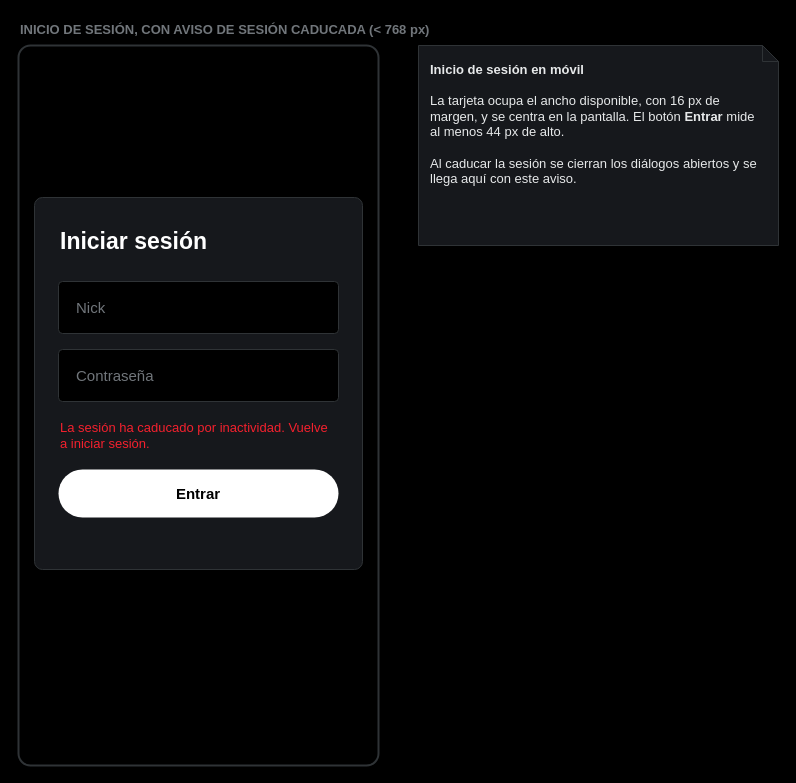
The draw.io diagram page "Inicio de sesión (móvil)" (2 of 2) of Documentation/UI/[Diseño] Cliso.UI - Login.drawio in Aaron-B-D/Cliso, before the edit. Source tidied: cells renumbered, new cells numbered last; positions are measured from the earlier drawing's top-left corner, leaving out a move shared by most shapes. Both pictures are drawn from the tidied source at 100%, with x=0, y=0 at pixel (18, 17).
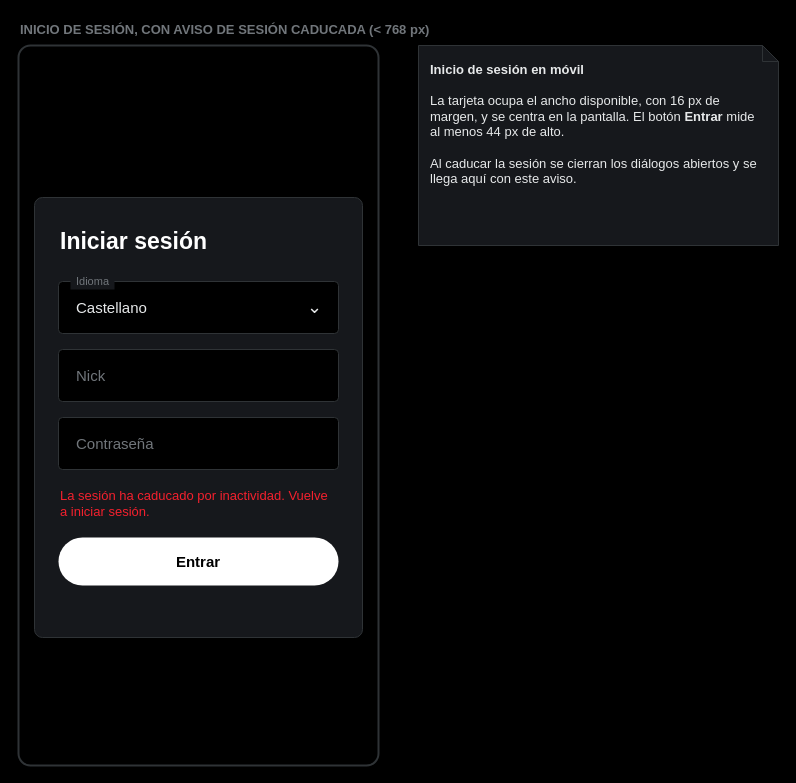
The same page after the edit.

Diff of the diagram source:
```diff
@@
 <mxGraphModel background="#000000">
   <root>
     <mxCell id="0" />
     <mxCell id="1" parent="0" />
     <mxCell id="2" value="INICIO DE SESIÓN, CON AVISO DE SESIÓN CADUCADA (&lt; 768 px)" style="text;html=1;align=left;verticalAlign=middle;fontSize=13;fontStyle=1;fontColor=#71767B;" parent="1" vertex="1">
       <mxGeometry width="520" height="24" as="geometry" />
     </mxCell>
     <mxCell id="3" style="rounded=1;arcSize=24;absoluteArcSize=1;whiteSpace=wrap;html=1;fillColor=#000000;strokeColor=#2F3336;strokeWidth=2;" parent="1" vertex="1">
       <mxGeometry y="28" width="360" height="720" as="geometry" />
     </mxCell>
     <mxCell id="4" style="rounded=1;arcSize=16;absoluteArcSize=1;whiteSpace=wrap;html=1;fillColor=#16181C;strokeColor=#2F3336;" parent="1" vertex="1">
-      <mxGeometry x="16" y="180" width="328" height="372" as="geometry" />
+      <mxGeometry x="16" y="180" width="328" height="440" as="geometry" />
     </mxCell>
     <mxCell id="5" value="Iniciar sesión" style="text;html=1;align=left;verticalAlign=middle;fontSize=23;fontStyle=1;fontColor=#FFFFFF;" parent="1" vertex="1">
       <mxGeometry x="40" y="204" width="280" height="40" as="geometry" />
     </mxCell>
+    <mxCell id="11" value="Castellano" style="rounded=1;arcSize=8;absoluteArcSize=1;whiteSpace=wrap;html=1;fillColor=#000000;strokeColor=#2F3336;align=left;spacingLeft=16;fontSize=15;fontColor=#E7E9EA;" parent="1" vertex="1">
+      <mxGeometry x="40" y="264" width="280" height="52" as="geometry" />
+    </mxCell>
+    <mxCell id="12" value="Idioma" style="text;html=1;align=center;verticalAlign=middle;fontSize=11;fontColor=#71767B;fillColor=#16181C;" parent="1" vertex="1">
+      <mxGeometry x="52" y="256" width="44" height="16" as="geometry" />
+    </mxCell>
+    <mxCell id="13" value="⌄" style="text;html=1;align=center;verticalAlign=middle;fontSize=18;fontColor=#E7E9EA;" parent="1" vertex="1">
+      <mxGeometry x="284" y="274" width="24" height="32" as="geometry" />
+    </mxCell>
     <mxCell id="6" value="Nick" style="rounded=1;arcSize=8;absoluteArcSize=1;whiteSpace=wrap;html=1;fillColor=#000000;strokeColor=#2F3336;align=left;spacingLeft=16;fontSize=15;fontColor=#71767B;" parent="1" vertex="1">
-      <mxGeometry x="40" y="264" width="280" height="52" as="geometry" />
+      <mxGeometry x="40" y="332" width="280" height="52" as="geometry" />
     </mxCell>
     <mxCell id="7" value="Contraseña" style="rounded=1;arcSize=8;absoluteArcSize=1;whiteSpace=wrap;html=1;fillColor=#000000;strokeColor=#2F3336;align=left;spacingLeft=16;fontSize=15;fontColor=#71767B;" parent="1" vertex="1">
-      <mxGeometry x="40" y="332" width="280" height="52" as="geometry" />
+      <mxGeometry x="40" y="400" width="280" height="52" as="geometry" />
     </mxCell>
     <mxCell id="8" value="La sesión ha caducado por inactividad. Vuelve a iniciar sesión." style="text;html=1;align=left;verticalAlign=top;whiteSpace=wrap;fontSize=13;fontColor=#F4212E;" parent="1" vertex="1">
-      <mxGeometry x="40" y="396" width="280" height="40" as="geometry" />
+      <mxGeometry x="40" y="464" width="280" height="40" as="geometry" />
     </mxCell>
     <mxCell id="9" value="Entrar" style="rounded=1;arcSize=50;whiteSpace=wrap;html=1;fillColor=#FFFFFF;strokeColor=none;fontSize=15;fontStyle=1;fontColor=#000000;" parent="1" vertex="1">
-      <mxGeometry x="40" y="452" width="280" height="48" as="geometry" />
+      <mxGeometry x="40" y="520" width="280" height="48" as="geometry" />
     </mxCell>
     <mxCell id="10" value="&lt;b&gt;Inicio de sesión en móvil&lt;/b&gt;&lt;br&gt;&lt;br&gt;La tarjeta ocupa el ancho disponible, con 16 px de margen, y se centra en la pantalla. El botón &lt;b&gt;Entrar&lt;/b&gt; mide al menos 44 px de alto.&lt;br&gt;&lt;br&gt;Al caducar la sesión se cierran los diálogos abiertos y se llega aquí con este aviso." style="shape=note;size=16;whiteSpace=wrap;html=1;align=left;verticalAlign=top;spacing=12;fontSize=13;fillColor=#16181C;strokeColor=#2F3336;fontColor=#E7E9EA;" parent="1" vertex="1">
       <mxGeometry x="400" y="28" width="360" height="200" as="geometry" />
     </mxCell>
   </root>
 </mxGraphModel>
```
